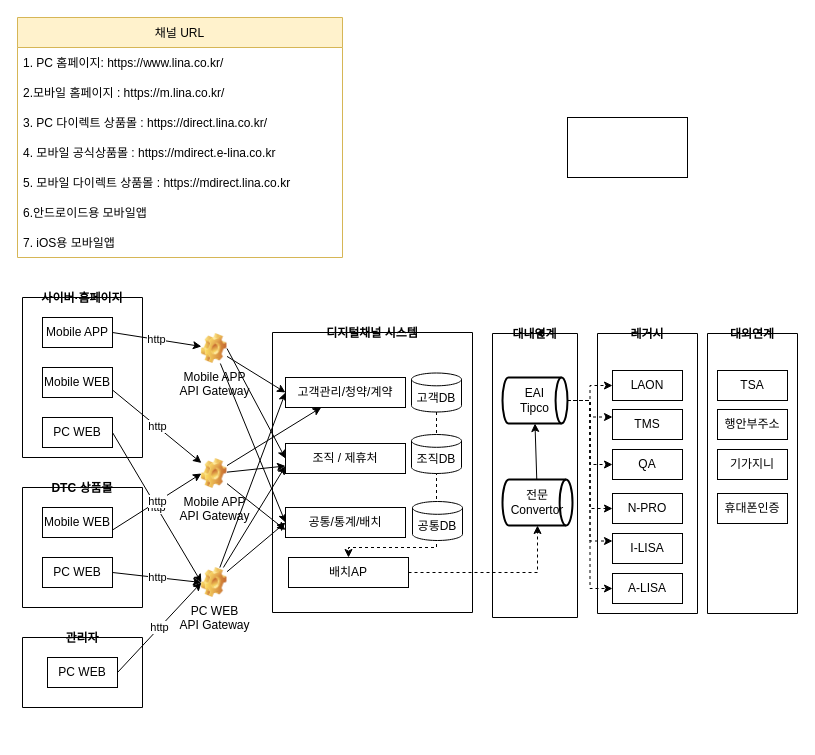
Before: LINA_AA.drawio in DEV-FRAMEWORK/SW-MODEL, a draw.io diagram. Source tidied: cells renumbered, new cells numbered last; positions are measured from the earlier drawing's top-left corner, leaving out a move shared by most shapes. Both pictures are drawn from the tidied source at 100%, with x=0, y=0 at pixel (17, 17).
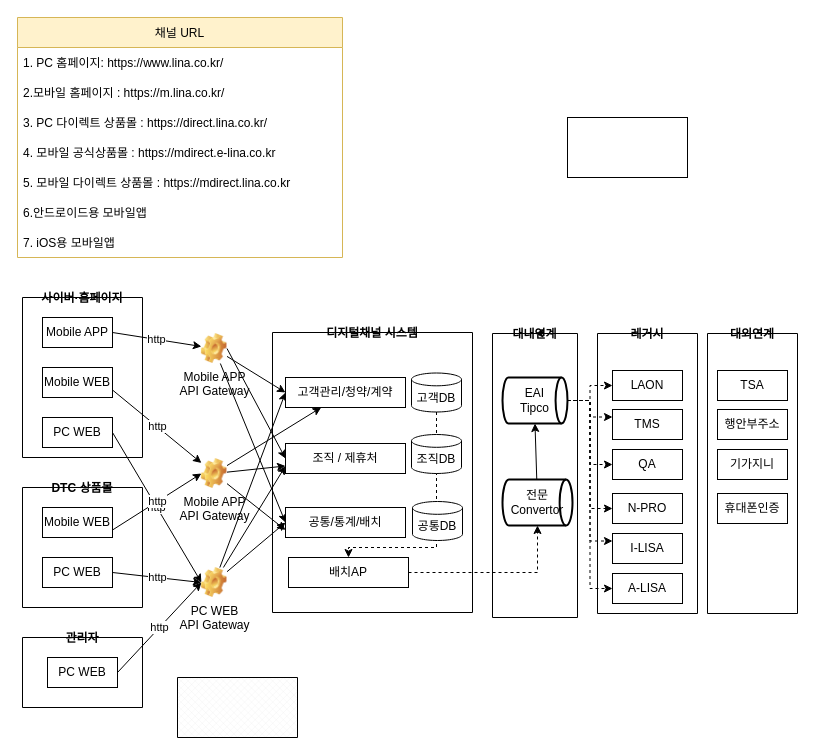
Above is the later version.

Diff of the diagram source:
```diff
@@
+    <mxCell id="71" style="verticalLabelPosition=bottom;verticalAlign=top;html=1;shape=mxgraph.basic.patternFillRect;fillStyle=diagGrid;step=5;fillStrokeWidth=0.2;fillStrokeColor=#dddddd;" parent="1" vertex="1">
+      <mxGeometry x="160" y="660" width="120" height="60" as="geometry" />
+    </mxCell>
```
